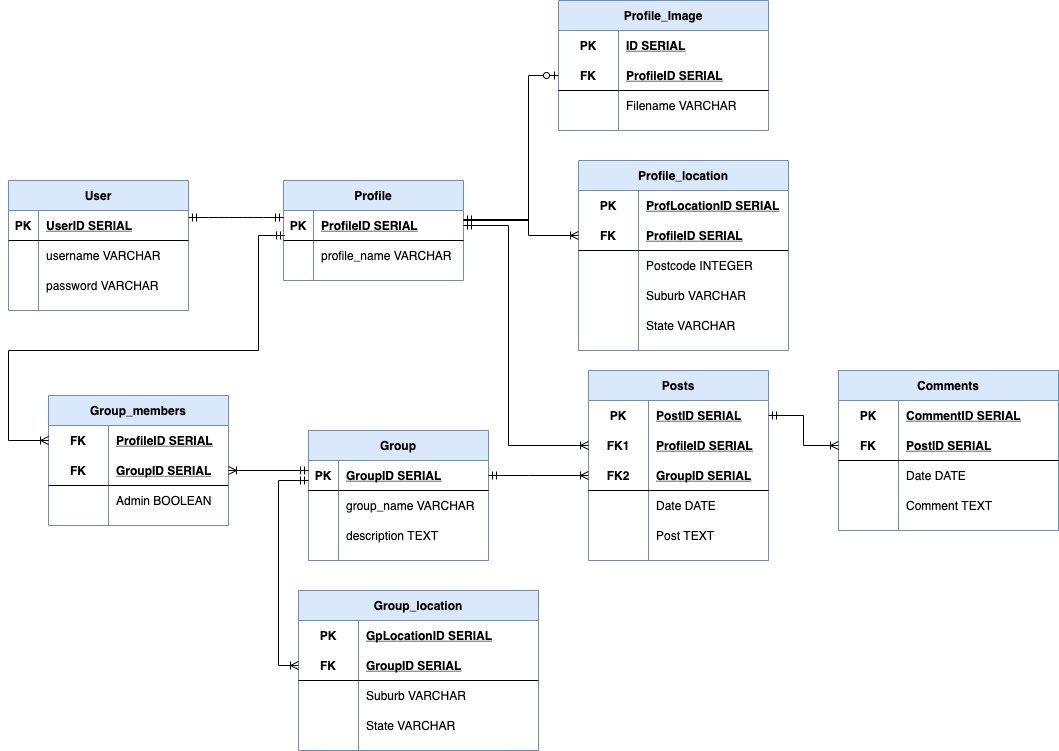
Earlier version of the draw.io export docs/ERD.png (ashley190/T4A2-deployment-exercise). Source tidied: cells renumbered, new cells last; positions are measured from the earlier drawing's top-left corner, leaving out a move shared by most shapes.
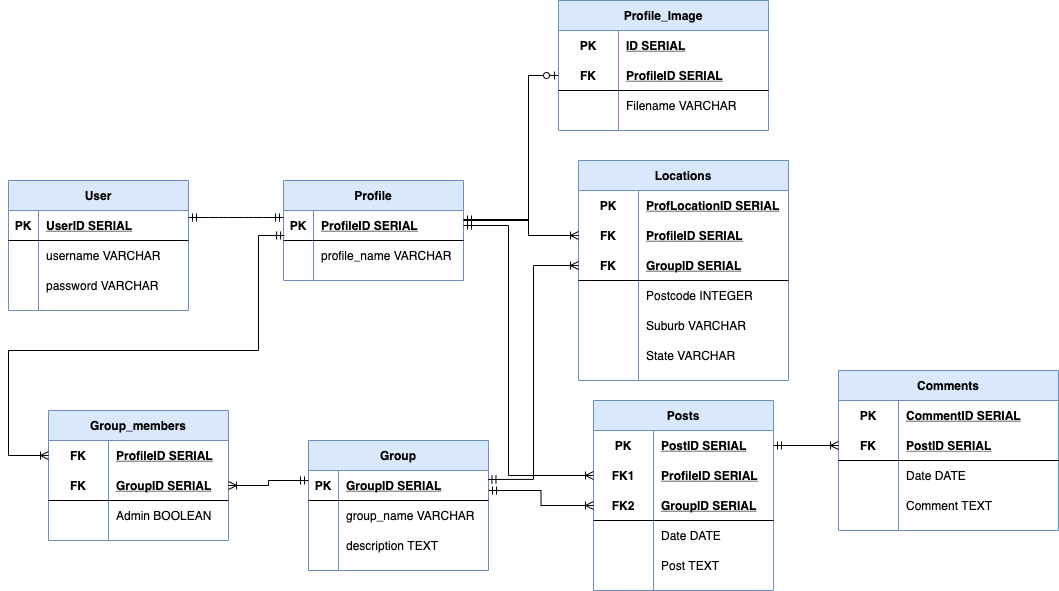
Above is the later version.

Commit message:
updated README with trello screenshot and updated ERD

The edit, as a diff of the source:
```diff
@@ -53,8 +53,8 @@
     <mxCell id="18" value="profile_name VARCHAR" style="shape=partialRectangle;fillColor=none;top=0;left=0;bottom=0;right=0;align=left;spacingLeft=6;overflow=hidden;" parent="16" vertex="1">
       <mxGeometry x="30" width="150" height="30" as="geometry" />
     </mxCell>
-    <mxCell id="19" value="Profile_location" style="shape=table;startSize=30;rowLines=0;fontStyle=1;align=center;fillColor=#dae8fc;strokeColor=#6c8ebf;" parent="1" vertex="1">
-      <mxGeometry x="570" y="160" width="210" height="190" as="geometry" />
+    <mxCell id="19" value="Locations" style="shape=table;startSize=30;rowLines=0;fontStyle=1;align=center;fillColor=#dae8fc;strokeColor=#6c8ebf;" parent="1" vertex="1">
+      <mxGeometry x="570" y="160" width="210" height="220" as="geometry" />
     </mxCell>
     <mxCell id="20" style="shape=partialRectangle;fillColor=none;top=0;left=0;bottom=0;right=0;" parent="19" vertex="1">
       <mxGeometry y="30" width="210" height="30" as="geometry" />
@@ -65,17 +65,26 @@
     <mxCell id="22" value="ProfLocationID SERIAL" style="shape=partialRectangle;fillColor=none;top=0;left=0;bottom=0;right=0;align=left;spacingLeft=6;fontStyle=5;overflow=hidden;" parent="20" vertex="1">
       <mxGeometry x="60" width="150" height="30" as="geometry" />
     </mxCell>
+    <mxCell id="116" style="shape=partialRectangle;fillColor=none;top=0;left=0;bottom=0;right=0;points=[[0,0.5],[1,0.5]];portConstraint=eastwest;" parent="19" vertex="1">
+      <mxGeometry y="60" width="210" height="30" as="geometry" />
+    </mxCell>
+    <mxCell id="42" value="FK" style="shape=partialRectangle;fillColor=none;top=0;left=0;bottom=0;right=0;fontStyle=1;overflow=hidden;" parent="116" vertex="1">
+      <mxGeometry width="60" height="30" as="geometry" />
+    </mxCell>
+    <mxCell id="117" value="ProfileID SERIAL" style="shape=partialRectangle;fillColor=none;top=0;left=0;bottom=0;right=0;align=left;spacingLeft=6;fontStyle=5;overflow=hidden;" parent="116" vertex="1">
+      <mxGeometry x="60" width="150" height="30" as="geometry" />
+    </mxCell>
     <mxCell id="23" style="shape=partialRectangle;fillColor=none;top=0;left=0;bottom=1;right=0;points=[[0,0.5],[1,0.5]];portConstraint=eastwest;" parent="19" vertex="1">
-      <mxGeometry y="60" width="210" height="30" as="geometry" />
+      <mxGeometry y="90" width="210" height="30" as="geometry" />
     </mxCell>
     <mxCell id="24" value="FK" style="shape=partialRectangle;fillColor=none;top=0;left=0;bottom=0;right=0;fontStyle=1;overflow=hidden;" parent="23" vertex="1">
       <mxGeometry width="60" height="30" as="geometry" />
     </mxCell>
-    <mxCell id="25" value="ProfileID SERIAL" style="shape=partialRectangle;fillColor=none;top=0;left=0;bottom=0;right=0;align=left;spacingLeft=6;fontStyle=5;overflow=hidden;" parent="23" vertex="1">
+    <mxCell id="25" value="GroupID SERIAL" style="shape=partialRectangle;fillColor=none;top=0;left=0;bottom=0;right=0;align=left;spacingLeft=6;fontStyle=5;overflow=hidden;" parent="23" vertex="1">
       <mxGeometry x="60" width="150" height="30" as="geometry" />
     </mxCell>
     <mxCell id="26" style="shape=partialRectangle;fillColor=none;top=0;left=0;bottom=0;right=0;" parent="19" vertex="1">
-      <mxGeometry y="90" width="210" height="30" as="geometry" />
+      <mxGeometry y="120" width="210" height="30" as="geometry" />
     </mxCell>
     <mxCell id="27" style="shape=partialRectangle;fillColor=none;top=0;left=0;bottom=0;right=0;overflow=hidden;" parent="26" vertex="1">
       <mxGeometry width="60" height="30" as="geometry" />
@@ -84,7 +93,7 @@
       <mxGeometry x="60" width="150" height="30" as="geometry" />
     </mxCell>
     <mxCell id="29" style="shape=partialRectangle;fillColor=none;top=0;left=0;bottom=0;right=0;" parent="19" vertex="1">
-      <mxGeometry y="120" width="210" height="30" as="geometry" />
+      <mxGeometry y="150" width="210" height="30" as="geometry" />
     </mxCell>
     <mxCell id="30" style="shape=partialRectangle;fillColor=none;top=0;left=0;bottom=0;right=0;overflow=hidden;" parent="29" vertex="1">
       <mxGeometry width="60" height="30" as="geometry" />
@@ -93,7 +102,7 @@
       <mxGeometry x="60" width="150" height="30" as="geometry" />
     </mxCell>
     <mxCell id="32" style="shape=partialRectangle;fillColor=none;top=0;left=0;bottom=0;right=0;" parent="19" vertex="1">
-      <mxGeometry y="150" width="210" height="30" as="geometry" />
+      <mxGeometry y="180" width="210" height="30" as="geometry" />
     </mxCell>
     <mxCell id="33" style="shape=partialRectangle;fillColor=none;top=0;left=0;bottom=0;right=0;overflow=hidden;" parent="32" vertex="1">
       <mxGeometry width="60" height="30" as="geometry" />
@@ -107,7 +116,7 @@
         <mxPoint x="275" y="217" as="targetPoint" />
       </mxGeometry>
     </mxCell>
-    <mxCell id="36" style="edgeStyle=orthogonalEdgeStyle;rounded=0;jettySize=auto;html=1;exitX=1;exitY=0.3;exitDx=0;exitDy=0;entryX=0;entryY=0.5;entryDx=0;entryDy=0;startArrow=ERmandOne;startFill=0;endArrow=ERoneToMany;endFill=0;exitPerimeter=0;" parent="1" edge="1" source="13" target="23">
+    <mxCell id="36" style="edgeStyle=orthogonalEdgeStyle;rounded=0;jettySize=auto;html=1;exitX=1;exitY=0.3;exitDx=0;exitDy=0;entryX=0;entryY=0.5;entryDx=0;entryDy=0;startArrow=ERmandOne;startFill=0;endArrow=ERoneToMany;endFill=0;exitPerimeter=0;" parent="1" edge="1" source="13" target="116">
       <mxGeometry relative="1" as="geometry">
         <Array as="points">
           <mxPoint x="520" y="219" />
@@ -115,47 +124,8 @@
         </Array>
       </mxGeometry>
     </mxCell>
-    <mxCell id="37" value="Group_location" style="shape=table;startSize=30;rowLines=0;fontStyle=1;align=center;fillColor=#dae8fc;strokeColor=#6c8ebf;" parent="1" vertex="1">
-      <mxGeometry x="290" y="590" width="240" height="160" as="geometry" />
-    </mxCell>
-    <mxCell id="38" style="shape=partialRectangle;fillColor=none;top=0;left=0;bottom=0;right=0;" parent="37" vertex="1">
-      <mxGeometry y="30" width="240" height="30" as="geometry" />
-    </mxCell>
-    <mxCell id="39" value="PK" style="shape=partialRectangle;fillColor=none;top=0;left=0;bottom=0;right=0;fontStyle=1;overflow=hidden;" parent="38" vertex="1">
-      <mxGeometry width="60" height="30" as="geometry" />
-    </mxCell>
-    <mxCell id="40" value="GpLocationID SERIAL" style="shape=partialRectangle;fillColor=none;top=0;left=0;bottom=0;right=0;align=left;spacingLeft=6;fontStyle=5;overflow=hidden;" parent="38" vertex="1">
-      <mxGeometry x="60" width="180" height="30" as="geometry" />
-    </mxCell>
-    <mxCell id="41" style="shape=partialRectangle;fillColor=none;top=0;left=0;bottom=1;right=0;points=[[0,0.5],[1,0.5]];portConstraint=eastwest;" parent="37" vertex="1">
-      <mxGeometry y="60" width="240" height="30" as="geometry" />
-    </mxCell>
-    <mxCell id="42" value="FK" style="shape=partialRectangle;fillColor=none;top=0;left=0;bottom=0;right=0;fontStyle=1;overflow=hidden;" parent="41" vertex="1">
-      <mxGeometry width="60" height="30" as="geometry" />
-    </mxCell>
-    <mxCell id="43" value="GroupID SERIAL" style="shape=partialRectangle;fillColor=none;top=0;left=0;bottom=0;right=0;align=left;spacingLeft=6;fontStyle=5;overflow=hidden;" parent="41" vertex="1">
-      <mxGeometry x="60" width="180" height="30" as="geometry" />
-    </mxCell>
-    <mxCell id="44" style="shape=partialRectangle;fillColor=none;top=0;left=0;bottom=0;right=0;" parent="37" vertex="1">
-      <mxGeometry y="90" width="240" height="30" as="geometry" />
-    </mxCell>
-    <mxCell id="45" style="shape=partialRectangle;fillColor=none;top=0;left=0;bottom=0;right=0;overflow=hidden;" parent="44" vertex="1">
-      <mxGeometry width="60" height="30" as="geometry" />
-    </mxCell>
-    <mxCell id="46" value="Suburb VARCHAR" style="shape=partialRectangle;fillColor=none;top=0;left=0;bottom=0;right=0;align=left;spacingLeft=6;overflow=hidden;" parent="44" vertex="1">
-      <mxGeometry x="60" width="180" height="30" as="geometry" />
-    </mxCell>
-    <mxCell id="47" style="shape=partialRectangle;fillColor=none;top=0;left=0;bottom=0;right=0;" parent="37" vertex="1">
-      <mxGeometry y="120" width="240" height="30" as="geometry" />
-    </mxCell>
-    <mxCell id="48" style="shape=partialRectangle;fillColor=none;top=0;left=0;bottom=0;right=0;overflow=hidden;" parent="47" vertex="1">
-      <mxGeometry width="60" height="30" as="geometry" />
-    </mxCell>
-    <mxCell id="49" value="State VARCHAR" style="shape=partialRectangle;fillColor=none;top=0;left=0;bottom=0;right=0;align=left;spacingLeft=6;overflow=hidden;" parent="47" vertex="1">
-      <mxGeometry x="60" width="180" height="30" as="geometry" />
-    </mxCell>
     <mxCell id="50" value="Group" style="shape=table;startSize=30;rowLines=0;fontStyle=1;align=center;fillColor=#dae8fc;strokeColor=#6c8ebf;" parent="1" vertex="1">
-      <mxGeometry x="300" y="430" width="180" height="130" as="geometry" />
+      <mxGeometry x="300" y="440" width="180" height="130" as="geometry" />
     </mxCell>
     <mxCell id="51" style="shape=partialRectangle;fillColor=none;top=0;left=0;bottom=1;right=0;points=[[0,0.5],[1,0.5]];portConstraint=eastwest;" parent="50" vertex="1">
       <mxGeometry y="30" width="180" height="30" as="geometry" />
@@ -185,7 +155,7 @@
       <mxGeometry x="30" width="150" height="30" as="geometry" />
     </mxCell>
     <mxCell id="60" value="Group_members" style="shape=table;startSize=30;rowLines=0;fontStyle=1;align=center;fillColor=#dae8fc;strokeColor=#6c8ebf;" parent="1" vertex="1">
-      <mxGeometry x="40" y="395" width="180" height="130" as="geometry" />
+      <mxGeometry x="40" y="410" width="180" height="130" as="geometry" />
     </mxCell>
     <mxCell id="61" style="shape=partialRectangle;fillColor=none;top=0;left=0;bottom=0;right=0;points=[[0,0.5],[1,0.5]];portConstraint=eastwest;" parent="60" vertex="1">
       <mxGeometry y="30" width="180" height="30" as="geometry" />
@@ -223,26 +193,12 @@
           <mxPoint x="250" y="235" />
           <mxPoint x="250" y="350" />
           <mxPoint y="350" />
-          <mxPoint y="440" />
+          <mxPoint y="455" />
         </Array>
       </mxGeometry>
     </mxCell>
-    <mxCell id="72" style="edgeStyle=elbowEdgeStyle;rounded=0;jettySize=auto;html=1;exitX=0;exitY=0.667;exitDx=0;exitDy=0;entryX=0;entryY=0.5;entryDx=0;entryDy=0;startArrow=ERmandOne;startFill=0;endArrow=ERoneToMany;endFill=0;elbow=vertical;exitPerimeter=0;" parent="1" edge="1" source="51" target="41">
-      <mxGeometry relative="1" as="geometry">
-        <Array as="points">
-          <mxPoint x="270" y="550" />
-          <mxPoint x="260" y="520" />
-          <mxPoint x="270" y="490" />
-          <mxPoint x="250" y="500" />
-          <mxPoint x="240" y="570" />
-          <mxPoint x="290" y="550" />
-          <mxPoint x="280" y="540" />
-          <mxPoint x="280" y="530" />
-        </Array>
-      </mxGeometry>
-    </mxCell>
     <mxCell id="73" value="Posts" style="shape=table;startSize=30;rowLines=0;fontStyle=1;align=center;fillColor=#dae8fc;strokeColor=#6c8ebf;" parent="1" vertex="1">
-      <mxGeometry x="580" y="370" width="180" height="190" as="geometry" />
+      <mxGeometry x="585" y="400" width="180" height="190" as="geometry" />
     </mxCell>
     <mxCell id="74" style="shape=partialRectangle;fillColor=none;top=0;left=0;bottom=0;right=0;points=[[0,0.5],[1,0.5]];portConstraint=eastwest;" parent="73" vertex="1">
       <mxGeometry y="30" width="180" height="30" as="geometry" />
@@ -289,19 +245,16 @@
     <mxCell id="88" value="Post TEXT" style="shape=partialRectangle;fillColor=none;top=0;left=0;bottom=0;right=0;align=left;spacingLeft=6;overflow=hidden;" parent="86" vertex="1">
       <mxGeometry x="60" width="120" height="30" as="geometry" />
     </mxCell>
-    <mxCell id="89" style="edgeStyle=elbowEdgeStyle;rounded=0;jettySize=auto;elbow=vertical;html=1;exitX=1;exitY=0.5;exitDx=0;exitDy=0;startArrow=ERmandOne;startFill=0;endArrow=ERoneToMany;endFill=0;entryX=0;entryY=0.5;entryDx=0;entryDy=0;" parent="1" edge="1" source="51" target="80">
+    <mxCell id="89" style="edgeStyle=orthogonalEdgeStyle;rounded=0;jettySize=auto;elbow=vertical;html=1;startArrow=ERmandOne;startFill=0;endArrow=ERoneToMany;endFill=0;entryX=0;entryY=0.5;entryDx=0;entryDy=0;" parent="1" edge="1" target="80">
       <mxGeometry relative="1" as="geometry">
-        <Array as="points">
-          <mxPoint x="520" y="475" />
-          <mxPoint x="530" y="455" />
-        </Array>
+        <mxPoint x="480" y="490" as="sourcePoint" />
       </mxGeometry>
     </mxCell>
     <mxCell id="90" style="edgeStyle=orthogonalEdgeStyle;rounded=0;jettySize=auto;elbow=vertical;html=1;exitX=1;exitY=0.5;exitDx=0;exitDy=0;startArrow=ERmandOne;startFill=0;endArrow=ERoneToMany;endFill=0;entryX=0;entryY=0.5;entryDx=0;entryDy=0;" parent="1" edge="1" source="13" target="77">
       <mxGeometry relative="1" as="geometry">
         <Array as="points">
           <mxPoint x="500" y="225" />
-          <mxPoint x="500" y="445" />
+          <mxPoint x="500" y="475" />
         </Array>
       </mxGeometry>
     </mxCell>
@@ -386,5 +339,13 @@
         </Array>
       </mxGeometry>
     </mxCell>
+    <mxCell id="118" style="edgeStyle=orthogonalEdgeStyle;rounded=0;jettySize=auto;html=1;exitX=0.997;exitY=0.298;exitDx=0;exitDy=0;entryX=0;entryY=0.5;entryDx=0;entryDy=0;exitPerimeter=0;startArrow=ERmandOne;startFill=0;endArrow=ERoneToMany;endFill=0;" parent="1" edge="1" source="51" target="23">
+      <mxGeometry relative="1" as="geometry">
+        <Array as="points">
+          <mxPoint x="525" y="479" />
+          <mxPoint x="525" y="265" />
+        </Array>
+      </mxGeometry>
+    </mxCell>
   </root>
 </mxGraphModel>
```
